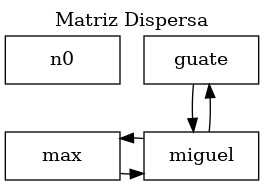
Before: src/Reportes/matriz.png, a diagram exported from Graphviz (miguel-tubac/-EDD-Proyecto1_202101927). Its source is kept beside it as src/Reportes/matriz.dot.
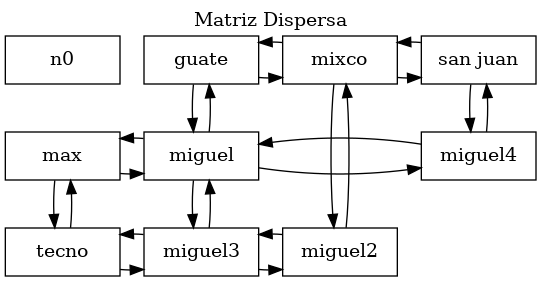
Above is the later version.

Diff of the diagram source:
```diff
@@ -6,11 +6,30 @@
 	n2 [label="guate" group=0];
 	n2 -> n1 -> n2;
 	n1 [label = "miguel" group=0];
+	n1 -> n7 -> n1;
+	n7 [label = "miguel3" group=2];
+	n2 -> n5 -> n2;
+	n5 [label="mixco" group=1];
+	n5 -> n4 -> n5;
+	n4 [label = "miguel2" group=1];
+	n5 -> n9 -> n5;
+	n9 [label="san juan" group=2];
+	n9 -> n8 -> n9;
+	n8 [label = "miguel4" group=2];
 	n0 -> n3 -> n0 [color=transparent];
 	n3 [label="max" group=0];
 	n3 -> n1 -> n3;
 	n1 [label="miguel" group=0];
-	{ rank=same; n0; n2; }
-	{ rank=same; n3; n1; }
+	n1 -> n8 -> n1;
+	n8 [label="miguel4" group=2];
+	n3 -> n6 -> n3;
+	n6 [label="tecno" group=0];
+	n6 -> n7 -> n6;
+	n7 [label="miguel3" group=2];
+	n7 -> n4 -> n7;
+	n4 [label="miguel2" group=1];
+	{ rank=same; n0; n2; n5; n9; }
+	{ rank=same; n3; n1; n8; }
+	{ rank=same; n6; n7; n4; }
 
 }
```
